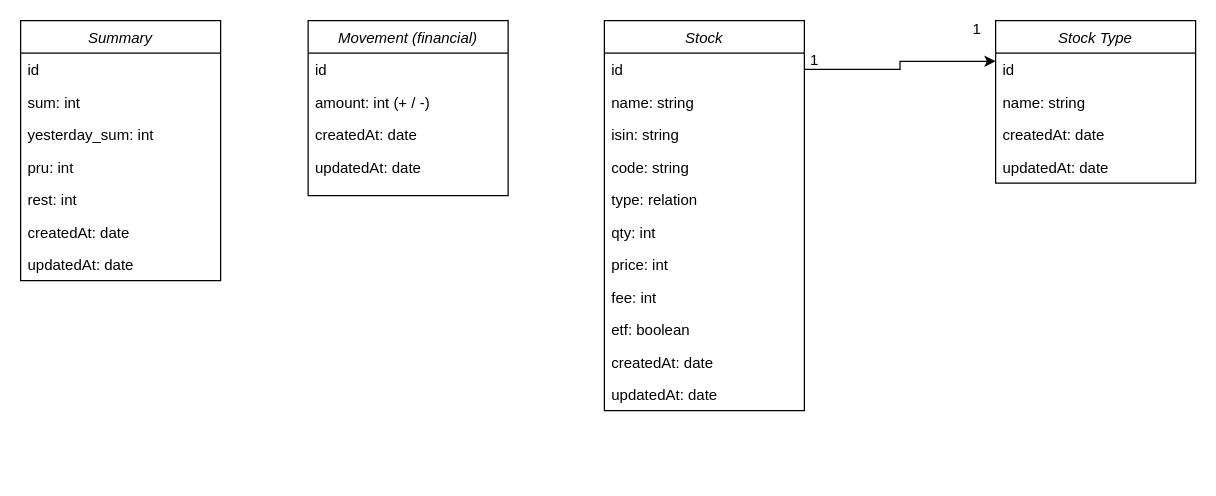
thomas-claireau/stockreport keeps this draw.io diagram as StockReport.drawio. Above is the earlier version. Source tidied: cells renumbered, new cells numbered last; positions are measured from the earlier drawing's top-left corner, leaving out a move shared by most shapes. Both pictures are drawn from the tidied source at 125%, with x=0, y=0 at pixel (20, 20).
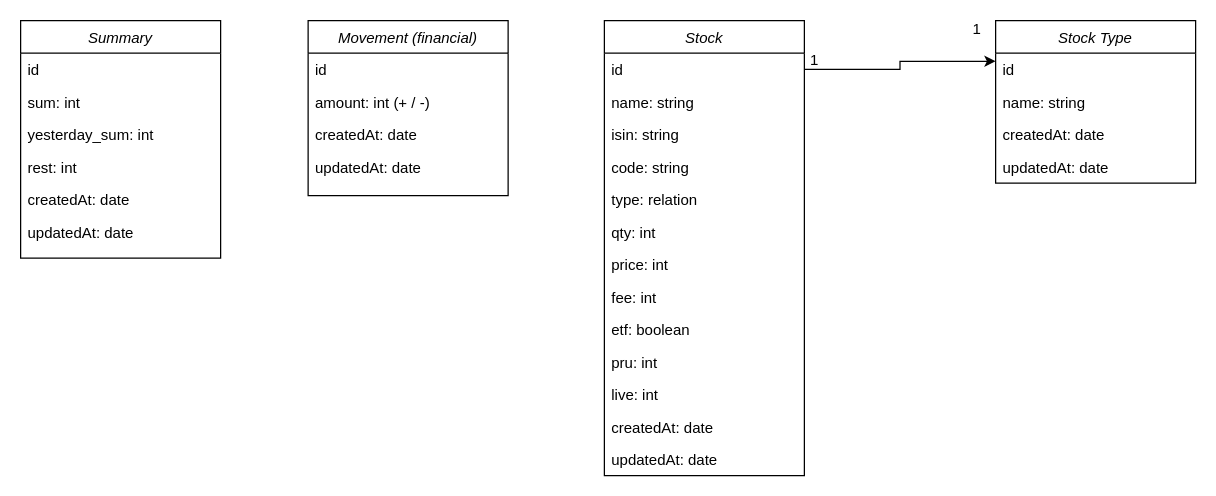
The same page after the edit.

Change to the diagram source:
```diff
@@
     <mxCell id="2" value="Summary" style="swimlane;fontStyle=2;align=center;verticalAlign=top;horizontal=1;startSize=26;rounded=0;shadow=0;strokeWidth=1;" parent="1" vertex="1">
-      <mxGeometry width="160" height="208" as="geometry" />
+      <mxGeometry width="160" height="190" as="geometry" />
     </mxCell>
@@
-    <mxCell id="6" value="pru: int" style="text;align=left;verticalAlign=top;spacingLeft=4;spacingRight=4;overflow=hidden;rounded=0;shadow=0;html=0;" parent="2" vertex="1">
-      <mxGeometry y="104" width="160" height="26" as="geometry" />
-    </mxCell>
     <mxCell id="7" value="rest: int" style="text;align=left;verticalAlign=top;spacingLeft=4;spacingRight=4;overflow=hidden;rounded=0;shadow=0;html=0;" parent="2" vertex="1">
-      <mxGeometry y="130" width="160" height="26" as="geometry" />
+      <mxGeometry y="104" width="160" height="26" as="geometry" />
     </mxCell>
     <mxCell id="8" value="createdAt: date" style="text;align=left;verticalAlign=top;spacingLeft=4;spacingRight=4;overflow=hidden;rounded=0;shadow=0;html=0;" parent="2" vertex="1">
-      <mxGeometry y="156" width="160" height="26" as="geometry" />
+      <mxGeometry y="130" width="160" height="26" as="geometry" />
     </mxCell>
     <mxCell id="9" value="updatedAt: date" style="text;align=left;verticalAlign=top;spacingLeft=4;spacingRight=4;overflow=hidden;rounded=0;shadow=0;html=0;" parent="2" vertex="1">
-      <mxGeometry y="182" width="160" height="26" as="geometry" />
+      <mxGeometry y="156" width="160" height="26" as="geometry" />
     </mxCell>
@@
     <mxCell id="15" value="Stock" style="swimlane;fontStyle=2;align=center;verticalAlign=top;horizontal=1;startSize=26;rounded=0;shadow=0;strokeWidth=1;" parent="1" vertex="1">
-      <mxGeometry x="467" width="160" height="312" as="geometry" />
+      <mxGeometry x="467" width="160" height="364" as="geometry" />
     </mxCell>
@@
-    <mxCell id="25" value="createdAt: date" style="text;align=left;verticalAlign=top;spacingLeft=4;spacingRight=4;overflow=hidden;rounded=0;shadow=0;html=0;" parent="15" vertex="1">
+    <mxCell id="25" value="pru: int" style="text;align=left;verticalAlign=top;spacingLeft=4;spacingRight=4;overflow=hidden;rounded=0;shadow=0;html=0;" parent="15" vertex="1">
       <mxGeometry y="260" width="160" height="26" as="geometry" />
     </mxCell>
-    <mxCell id="26" value="updatedAt: date" style="text;align=left;verticalAlign=top;spacingLeft=4;spacingRight=4;overflow=hidden;rounded=0;shadow=0;html=0;" parent="15" vertex="1">
+    <mxCell id="26" value="live: int" style="text;align=left;verticalAlign=top;spacingLeft=4;spacingRight=4;overflow=hidden;rounded=0;shadow=0;html=0;" parent="15" vertex="1">
       <mxGeometry y="286" width="160" height="26" as="geometry" />
     </mxCell>
+    <mxCell id="35" value="createdAt: date" style="text;align=left;verticalAlign=top;spacingLeft=4;spacingRight=4;overflow=hidden;rounded=0;shadow=0;html=0;" parent="15" vertex="1">
+      <mxGeometry y="312" width="160" height="26" as="geometry" />
+    </mxCell>
+    <mxCell id="36" value="updatedAt: date" style="text;align=left;verticalAlign=top;spacingLeft=4;spacingRight=4;overflow=hidden;rounded=0;shadow=0;html=0;" parent="15" vertex="1">
+      <mxGeometry y="338" width="160" height="26" as="geometry" />
+    </mxCell>
```
